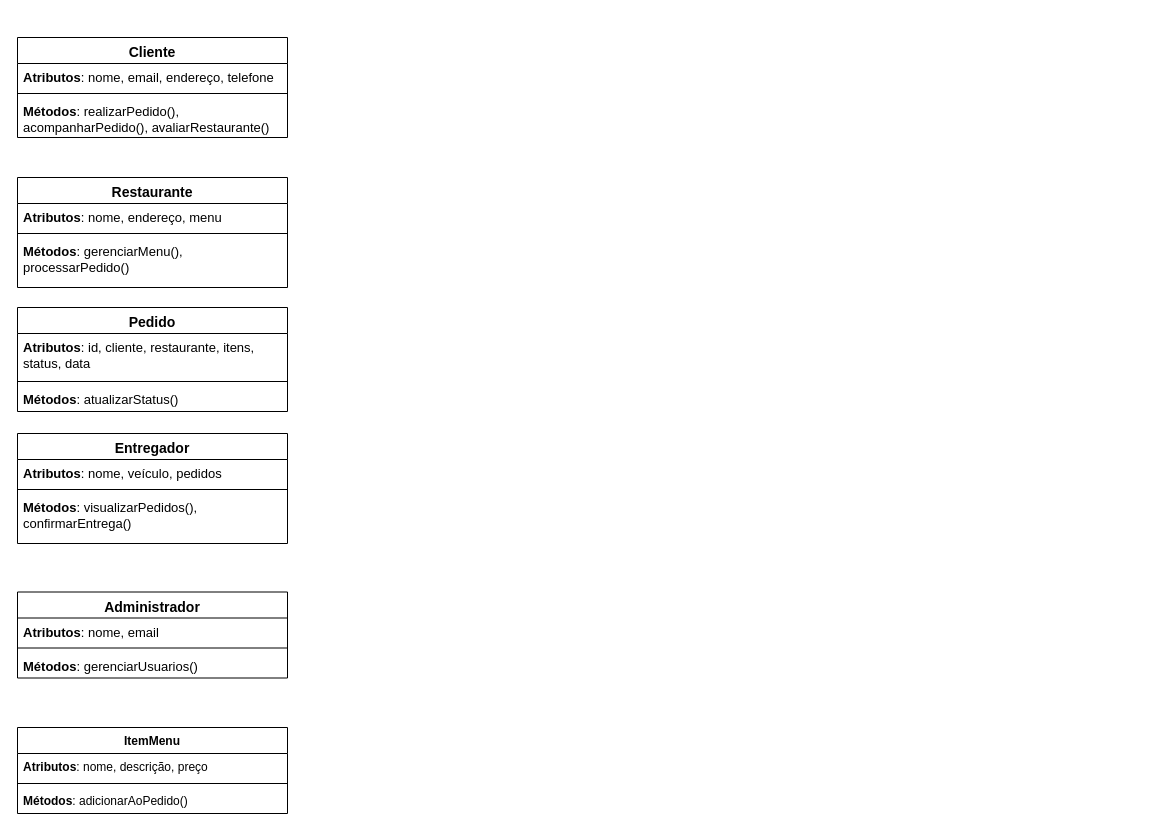
Above: Diagrama de Classes (UML).drawio in lrlacerda/Logica-de-Programacao-Pratica (draw.io), before the change. Source tidied: cells renumbered, new cells numbered last; positions are measured from the earlier drawing's top-left corner, leaving out a move shared by most shapes. Both pictures are drawn from the tidied source at 100%, with x=0, y=0 at pixel (17, 37).
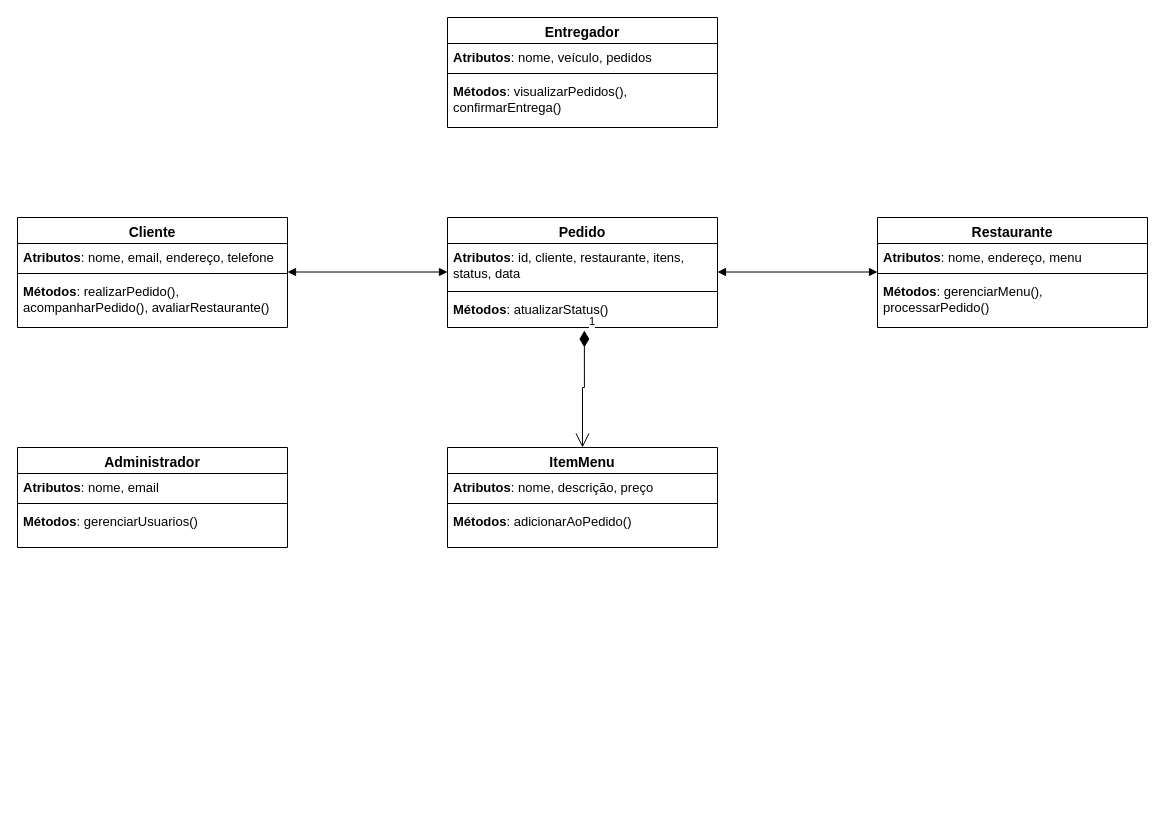
The same page after the edit.

What changed in the source:
```diff
@@
     <mxCell id="2" value="&lt;font style=&quot;font-size: 14px;&quot;&gt;Cliente&lt;/font&gt;" style="swimlane;fontStyle=1;align=center;verticalAlign=top;horizontal=1;startSize=26;whiteSpace=wrap;html=1;" parent="1" vertex="1">
-      <mxGeometry width="270" height="100" as="geometry" />
+      <mxGeometry y="180" width="270" height="110" as="geometry" />
     </mxCell>
@@
     <mxCell id="5" value="&lt;font style=&quot;font-size: 13px;&quot;&gt;&lt;strong&gt;Métodos&lt;/strong&gt;: realizarPedido(), acompanharPedido(), avaliarRestaurante()&lt;/font&gt;" style="text;strokeColor=none;fillColor=none;align=left;verticalAlign=top;spacingLeft=4;spacingRight=4;overflow=hidden;whiteSpace=wrap;html=1;" parent="2" vertex="1">
-      <mxGeometry y="60" width="270" height="40" as="geometry" />
+      <mxGeometry y="60" width="270" height="50" as="geometry" />
     </mxCell>
     <mxCell id="6" value="&lt;font style=&quot;font-size: 14px;&quot;&gt;Pedido&lt;/font&gt;" style="swimlane;fontStyle=1;align=center;verticalAlign=top;horizontal=1;startSize=26;whiteSpace=wrap;html=1;" parent="1" vertex="1">
-      <mxGeometry y="270" width="270" height="104" as="geometry" />
+      <mxGeometry x="430" y="180" width="270" height="110" as="geometry" />
     </mxCell>
@@
     <mxCell id="9" value="&lt;font style=&quot;font-size: 13px;&quot;&gt;&lt;strong&gt;Métodos&lt;/strong&gt;: atualizarStatus()&lt;/font&gt;" style="text;strokeColor=none;fillColor=none;align=left;verticalAlign=top;spacingLeft=4;spacingRight=4;overflow=hidden;points=[[0,0.5],[1,0.5]];portConstraint=eastwest;whiteSpace=wrap;html=1;" parent="6" vertex="1">
-      <mxGeometry y="78" width="270" height="26" as="geometry" />
+      <mxGeometry y="78" width="270" height="32" as="geometry" />
     </mxCell>
     <mxCell id="10" value="&lt;font style=&quot;font-size: 14px;&quot;&gt;Restaurante&lt;/font&gt;" style="swimlane;fontStyle=1;align=center;verticalAlign=top;horizontal=1;startSize=26;whiteSpace=wrap;html=1;" parent="1" vertex="1">
-      <mxGeometry y="140" width="270" height="110" as="geometry" />
+      <mxGeometry x="860" y="180" width="270" height="110" as="geometry" />
     </mxCell>
@@
     <mxCell id="14" value="&lt;font style=&quot;font-size: 14px;&quot;&gt;Administrador&lt;/font&gt;" style="swimlane;fontStyle=1;align=center;verticalAlign=top;horizontal=1;startSize=26;whiteSpace=wrap;html=1;" parent="1" vertex="1">
-      <mxGeometry y="554.5" width="270" height="86" as="geometry" />
+      <mxGeometry y="410" width="270" height="100" as="geometry" />
     </mxCell>
@@
     <mxCell id="17" value="&lt;font style=&quot;font-size: 13px;&quot;&gt;&lt;strong&gt;Métodos&lt;/strong&gt;: gerenciarUsuarios()&lt;/font&gt;" style="text;strokeColor=none;fillColor=none;align=left;verticalAlign=top;spacingLeft=4;spacingRight=4;overflow=hidden;whiteSpace=wrap;html=1;" parent="14" vertex="1">
-      <mxGeometry y="60" width="270" height="26" as="geometry" />
+      <mxGeometry y="60" width="270" height="40" as="geometry" />
     </mxCell>
     <mxCell id="18" value="&lt;font style=&quot;font-size: 14px;&quot;&gt;Entregador&lt;/font&gt;" style="swimlane;fontStyle=1;align=center;verticalAlign=top;horizontal=1;startSize=26;whiteSpace=wrap;html=1;" parent="1" vertex="1">
-      <mxGeometry y="396" width="270" height="110" as="geometry" />
+      <mxGeometry x="430" y="-20" width="270" height="110" as="geometry" />
     </mxCell>
@@
-    <mxCell id="22" value="ItemMenu" style="swimlane;fontStyle=1;align=center;verticalAlign=top;horizontal=1;startSize=26;whiteSpace=wrap;html=1;" parent="1" vertex="1">
-      <mxGeometry y="690" width="270" height="86" as="geometry" />
+    <mxCell id="22" value="&lt;font style=&quot;font-size: 14px;&quot;&gt;ItemMenu&lt;/font&gt;" style="swimlane;fontStyle=1;align=center;verticalAlign=top;horizontal=1;startSize=26;whiteSpace=wrap;html=1;" parent="1" vertex="1">
+      <mxGeometry x="430" y="410" width="270" height="100" as="geometry" />
     </mxCell>
-    <mxCell id="23" value="&lt;strong&gt;Atributos&lt;/strong&gt;: nome, descrição, preço" style="text;strokeColor=none;fillColor=none;align=left;verticalAlign=top;spacingLeft=4;spacingRight=4;overflow=hidden;whiteSpace=wrap;html=1;" parent="22" vertex="1">
+    <mxCell id="23" value="&lt;font style=&quot;font-size: 13px;&quot;&gt;&lt;strong&gt;Atributos&lt;/strong&gt;: nome, descrição, preço&lt;/font&gt;" style="text;strokeColor=none;fillColor=none;align=left;verticalAlign=top;spacingLeft=4;spacingRight=4;overflow=hidden;whiteSpace=wrap;html=1;" parent="22" vertex="1">
       <mxGeometry y="26" width="270" height="26" as="geometry" />
     </mxCell>
@@
-    <mxCell id="25" value="&lt;strong&gt;Métodos&lt;/strong&gt;: adicionarAoPedido()" style="text;strokeColor=none;fillColor=none;align=left;verticalAlign=top;spacingLeft=4;spacingRight=4;overflow=hidden;whiteSpace=wrap;html=1;" parent="22" vertex="1">
-      <mxGeometry y="60" width="270" height="26" as="geometry" />
+    <mxCell id="25" value="&lt;font style=&quot;font-size: 13px;&quot;&gt;&lt;strong&gt;Métodos&lt;/strong&gt;: adicionarAoPedido()&lt;/font&gt;" style="text;strokeColor=none;fillColor=none;align=left;verticalAlign=top;spacingLeft=4;spacingRight=4;overflow=hidden;whiteSpace=wrap;html=1;" parent="22" vertex="1">
+      <mxGeometry y="60" width="270" height="40" as="geometry" />
     </mxCell>
+    <mxCell id="26" style="endArrow=block;startArrow=block;endFill=1;startFill=1;html=1;rounded=0;" parent="1" edge="1">
+      <mxGeometry relative="1" as="geometry">
+        <mxPoint x="270" y="234.5" as="sourcePoint" />
+        <mxPoint x="430" y="234.5" as="targetPoint" />
+      </mxGeometry>
+    </mxCell>
+    <mxCell id="27" style="endArrow=block;startArrow=block;endFill=1;startFill=1;html=1;rounded=0;" parent="1" edge="1">
+      <mxGeometry relative="1" as="geometry">
+        <mxPoint x="700" y="234.5" as="sourcePoint" />
+        <mxPoint x="860" y="234.5" as="targetPoint" />
+      </mxGeometry>
+    </mxCell>
+    <mxCell id="28" value="1" style="endArrow=open;html=1;endSize=12;startArrow=diamondThin;startSize=14;startFill=1;edgeStyle=orthogonalEdgeStyle;align=left;verticalAlign=bottom;rounded=0;entryX=0.5;entryY=0;entryDx=0;entryDy=0;exitX=0.507;exitY=1.094;exitDx=0;exitDy=0;exitPerimeter=0;" parent="1" edge="1" source="9" target="22">
+      <mxGeometry x="-1" y="3" relative="1" as="geometry">
+        <Array as="points">
+          <mxPoint x="567" y="350" />
+          <mxPoint x="565" y="350" />
+        </Array>
+      </mxGeometry>
+    </mxCell>
```
